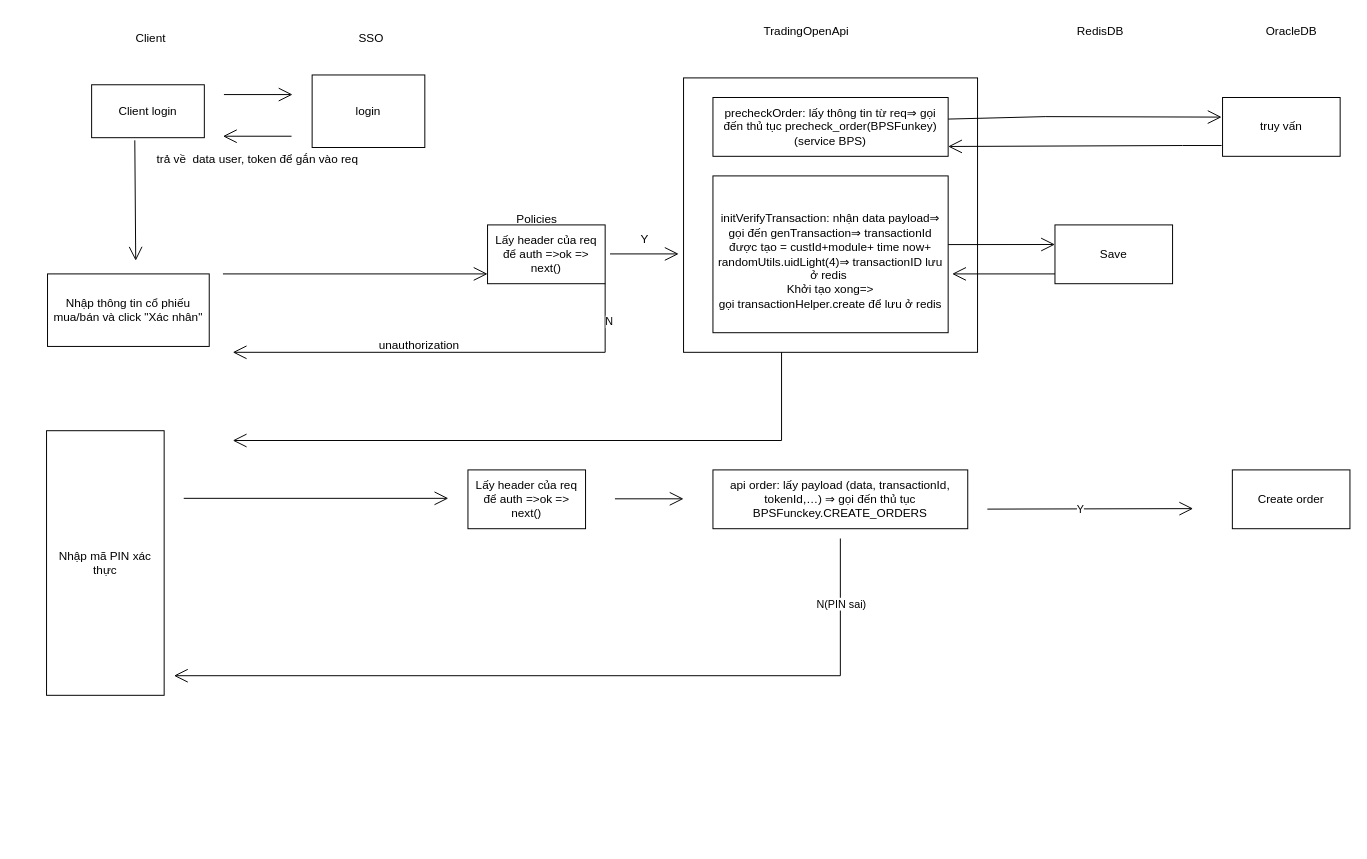
TaiDang268/DB keeps this draw.io diagram as Biểu đồ không có tiêu đề.drawio. Above is the earlier version. Source tidied: cells renumbered, new cells numbered last; positions are measured from the earlier drawing's top-left corner, leaving out a move shared by most shapes. Both pictures are drawn from the tidied source at 98%, with x=0, y=0 at pixel (46, 17).
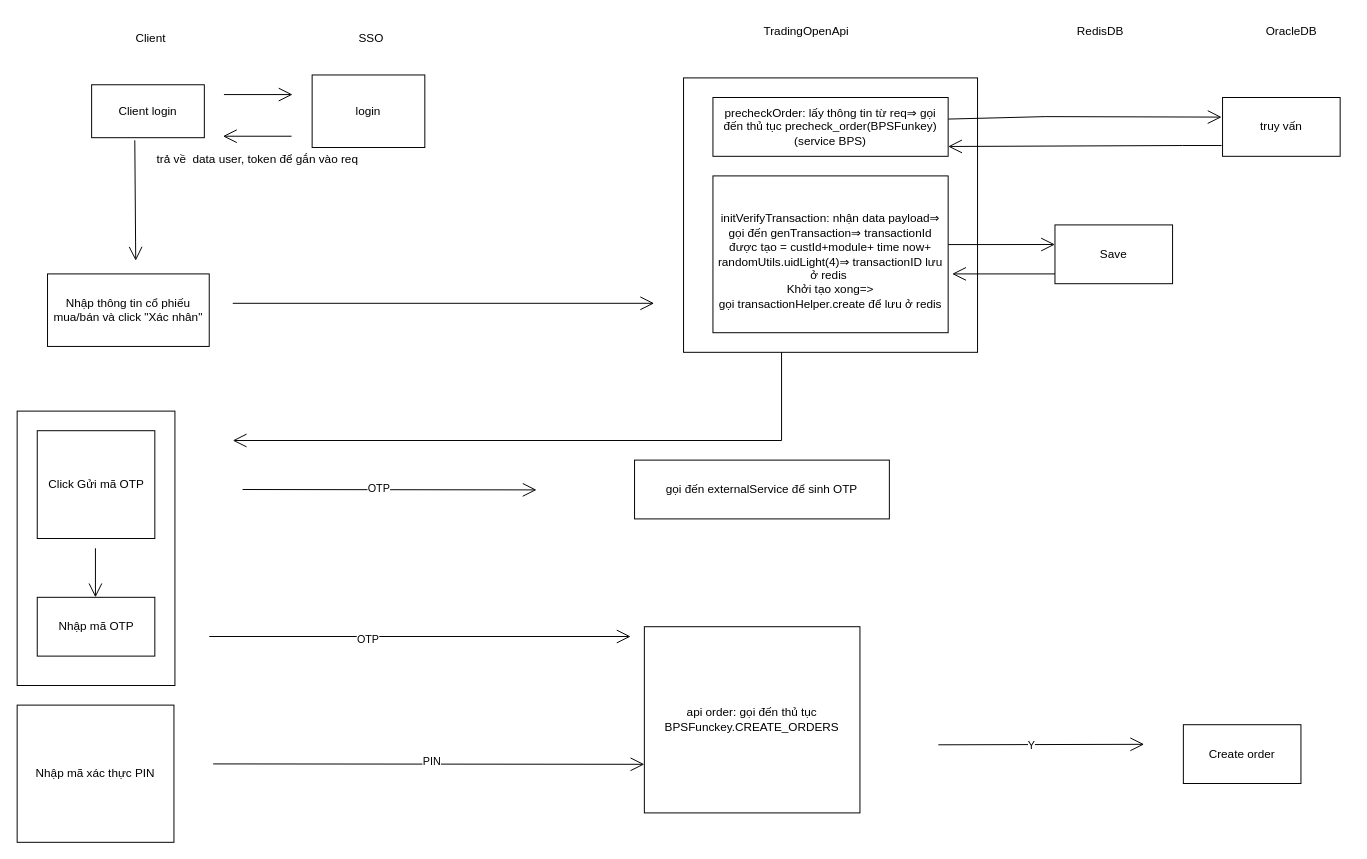
The same diagram, later.

Commit message:
Cập nhật Biểu đồ không có tiêu đề.drawio

What changed in the source:
```diff
@@
-    <mxCell id="21" style="endArrow=open;endFill=1;endSize=12;html=1;rounded=0;" parent="1" edge="1">
-      <mxGeometry relative="1" as="geometry">
-        <mxPoint x="180" y="262" as="sourcePoint" />
-        <mxPoint x="450" y="262" as="targetPoint" />
-        <Array as="points">
-          <mxPoint x="450" y="262" />
-        </Array>
-      </mxGeometry>
-    </mxCell>
-    <mxCell id="22" value="Lấy header của req để auth =&amp;gt;ok =&amp;gt; next()" style="rounded=0;whiteSpace=wrap;html=1;" parent="1" vertex="1">
-      <mxGeometry x="450" y="212" width="120" height="60" as="geometry" />
-    </mxCell>
-    <mxCell id="23" style="endArrow=open;endFill=1;endSize=12;html=1;rounded=0;exitX=1;exitY=0.5;exitDx=0;exitDy=0;" parent="1" edge="1">
-      <mxGeometry relative="1" as="geometry">
-        <mxPoint x="575" y="241.6" as="sourcePoint" />
-        <mxPoint x="645" y="241.6" as="targetPoint" />
-        <Array as="points">
-          <mxPoint x="645" y="241.6" />
-        </Array>
-      </mxGeometry>
-    </mxCell>
-    <mxCell id="24" value="Y" style="text;html=1;align=center;verticalAlign=middle;strokeColor=none;fillColor=none;" parent="1" vertex="1">
-      <mxGeometry x="595" y="212" width="30" height="30" as="geometry" />
-    </mxCell>
-    <mxCell id="25" value="Policies" style="text;html=1;align=center;verticalAlign=middle;strokeColor=none;fillColor=none;" parent="1" vertex="1">
-      <mxGeometry x="470" y="192" width="60" height="30" as="geometry" />
-    </mxCell>
-    <mxCell id="26" style="endArrow=open;endFill=1;endSize=12;html=1;rounded=0;" parent="1" edge="1">
-      <mxGeometry relative="1" as="geometry">
-        <mxPoint x="570" y="272" as="sourcePoint" />
-        <mxPoint x="190" y="342" as="targetPoint" />
-        <Array as="points">
-          <mxPoint x="570" y="342" />
-        </Array>
-      </mxGeometry>
-    </mxCell>
-    <mxCell id="27" value="N" style="edgeLabel;html=1;align=center;verticalAlign=middle;" parent="26" vertex="1">
-      <mxGeometry x="-0.83" y="3" relative="1" as="geometry" />
-    </mxCell>
-    <mxCell id="28" value="unauthorization" style="text;html=1;align=center;verticalAlign=middle;strokeColor=none;fillColor=none;" parent="1" vertex="1">
-      <mxGeometry x="325" y="320" width="110" height="30" as="geometry" />
-    </mxCell>
@@
-    <mxCell id="30" value="Nhập mã PIN xác thực" style="rounded=0;whiteSpace=wrap;html=1;" parent="1" vertex="1">
-      <mxGeometry y="422" width="120" height="270" as="geometry" />
-    </mxCell>
@@
-    <mxCell id="33" style="endArrow=open;endFill=1;endSize=12;html=1;rounded=0;" parent="1" edge="1">
-      <mxGeometry relative="1" as="geometry">
-        <mxPoint x="140" y="491" as="sourcePoint" />
-        <mxPoint x="410" y="491" as="targetPoint" />
-        <Array as="points">
-          <mxPoint x="410" y="491" />
-        </Array>
-      </mxGeometry>
-    </mxCell>
-    <mxCell id="34" value="Lấy header của req để auth =&amp;gt;ok =&amp;gt; next()" style="rounded=0;whiteSpace=wrap;html=1;" parent="1" vertex="1">
-      <mxGeometry x="430" y="462" width="120" height="60" as="geometry" />
-    </mxCell>
-    <mxCell id="35" style="endArrow=open;endFill=1;endSize=12;html=1;rounded=0;exitX=1;exitY=0.5;exitDx=0;exitDy=0;" parent="1" edge="1">
-      <mxGeometry relative="1" as="geometry">
-        <mxPoint x="580" y="491.5" as="sourcePoint" />
-        <mxPoint x="650" y="491.5" as="targetPoint" />
-        <Array as="points">
-          <mxPoint x="650" y="491.5" />
-        </Array>
-      </mxGeometry>
-    </mxCell>
-    <mxCell id="36" value="api order: lấy payload (data, transactionId, tokenId,…) ⇒ gọi đến thủ tục BPSFunckey.CREATE_ORDERS" style="rounded=0;whiteSpace=wrap;html=1;" parent="1" vertex="1">
-      <mxGeometry x="680" y="462" width="260" height="60" as="geometry" />
+    <mxCell id="36" value="api order: gọi đến thủ tục BPSFunckey.CREATE_ORDERS" style="rounded=0;whiteSpace=wrap;html=1;" parent="1" vertex="1">
+      <mxGeometry x="610" y="622" width="220" height="190" as="geometry" />
     </mxCell>
     <mxCell id="37" value="Create order" style="rounded=0;whiteSpace=wrap;html=1;" parent="1" vertex="1">
-      <mxGeometry x="1210" y="462" width="120" height="60" as="geometry" />
+      <mxGeometry x="1160" y="722" width="120" height="60" as="geometry" />
     </mxCell>
     <mxCell id="38" style="endArrow=open;endFill=1;endSize=12;html=1;rounded=0;" parent="1" edge="1">
       <mxGeometry relative="1" as="geometry">
-        <mxPoint x="960" y="502" as="sourcePoint" />
-        <mxPoint x="1170" y="501.5" as="targetPoint" />
+        <mxPoint x="910" y="742.5" as="sourcePoint" />
+        <mxPoint x="1120" y="742" as="targetPoint" />
         <Array as="points">
-          <mxPoint x="1170" y="501.5" />
+          <mxPoint x="1120" y="742" />
         </Array>
       </mxGeometry>
     </mxCell>
@@
-    <mxCell id="40" style="endArrow=open;endFill=1;endSize=12;html=1;rounded=0;" parent="1" edge="1">
-      <mxGeometry relative="1" as="geometry">
-        <mxPoint x="810" y="532" as="sourcePoint" />
-        <mxPoint x="130" y="672" as="targetPoint" />
-        <Array as="points">
-          <mxPoint x="810" y="672" />
-        </Array>
-      </mxGeometry>
-    </mxCell>
-    <mxCell id="41" value="N(PIN sai)" style="edgeLabel;html=1;align=center;verticalAlign=middle;" parent="40" vertex="1">
-      <mxGeometry x="-0.84" relative="1" as="geometry" />
-    </mxCell>
+    <mxCell id="42" style="endArrow=open;endFill=1;endSize=12;html=1;rounded=0;" parent="1" edge="1">
+      <mxGeometry relative="1" as="geometry">
+        <mxPoint x="190" y="292" as="sourcePoint" />
+        <mxPoint x="620" y="292" as="targetPoint" />
+        <Array as="points">
+          <mxPoint x="620" y="292" />
+        </Array>
+      </mxGeometry>
+    </mxCell>
+    <mxCell id="43" style="endArrow=open;endFill=1;endSize=12;html=1;rounded=0;" parent="1" edge="1">
+      <mxGeometry relative="1" as="geometry">
+        <mxPoint x="170" y="762" as="sourcePoint" />
+        <mxPoint x="610" y="762.4" as="targetPoint" />
+        <Array as="points">
+          <mxPoint x="610" y="762.4" />
+        </Array>
+      </mxGeometry>
+    </mxCell>
+    <mxCell id="44" value="PIN" style="edgeLabel;html=1;align=center;verticalAlign=middle;" parent="43" vertex="1">
+      <mxGeometry x="0.01" y="3" relative="1" as="geometry" />
+    </mxCell>
+    <mxCell id="45" style="endArrow=open;endFill=1;endSize=12;html=1;rounded=0;" parent="1" edge="1">
+      <mxGeometry relative="1" as="geometry">
+        <mxPoint x="200" y="482" as="sourcePoint" />
+        <mxPoint x="500" y="482.4" as="targetPoint" />
+        <Array as="points">
+          <mxPoint x="500" y="482.4" />
+        </Array>
+      </mxGeometry>
+    </mxCell>
+    <mxCell id="46" value="OTP" style="edgeLabel;html=1;align=center;verticalAlign=middle;" parent="45" vertex="1">
+      <mxGeometry x="-0.08" y="2" relative="1" as="geometry" />
+    </mxCell>
+    <mxCell id="47" value="gọi đến externalService để sinh OTP" style="rounded=0;whiteSpace=wrap;html=1;" parent="1" vertex="1">
+      <mxGeometry x="600" y="452" width="260" height="60" as="geometry" />
+    </mxCell>
+    <mxCell id="48" style="rounded=0;whiteSpace=wrap;html=1;" parent="1" vertex="1">
+      <mxGeometry x="-30" y="402" width="161" height="280" as="geometry" />
+    </mxCell>
+    <mxCell id="49" value="Click Gửi mã OTP" style="rounded=0;whiteSpace=wrap;html=1;" parent="1" vertex="1">
+      <mxGeometry x="-9.5" y="422" width="120" height="110" as="geometry" />
+    </mxCell>
+    <mxCell id="50" value="Nhập mã OTP" style="rounded=0;whiteSpace=wrap;html=1;" parent="1" vertex="1">
+      <mxGeometry x="-9.5" y="592" width="120" height="60" as="geometry" />
+    </mxCell>
+    <mxCell id="51" value="Nhập mã xác thực PIN" style="rounded=0;whiteSpace=wrap;html=1;" parent="1" vertex="1">
+      <mxGeometry x="-30" y="702" width="160" height="140" as="geometry" />
+    </mxCell>
+    <mxCell id="52" style="endArrow=open;endFill=1;endSize=12;html=1;rounded=0;" parent="1" edge="1">
+      <mxGeometry relative="1" as="geometry">
+        <mxPoint x="49.9" y="542" as="sourcePoint" />
+        <mxPoint x="49.9" y="592" as="targetPoint" />
+        <Array as="points">
+          <mxPoint x="49.9" y="592" />
+        </Array>
+      </mxGeometry>
+    </mxCell>
+    <mxCell id="53" style="endArrow=open;endFill=1;endSize=12;html=1;rounded=0;" parent="1" edge="1">
+      <mxGeometry relative="1" as="geometry">
+        <mxPoint x="166" y="632" as="sourcePoint" />
+        <mxPoint x="596" y="632" as="targetPoint" />
+        <Array as="points">
+          <mxPoint x="596" y="632" />
+        </Array>
+      </mxGeometry>
+    </mxCell>
+    <mxCell id="54" value="OTP" style="edgeLabel;html=1;align=center;verticalAlign=middle;" parent="53" vertex="1">
+      <mxGeometry x="-0.25" y="-1" relative="1" as="geometry">
+        <mxPoint y="1" as="offset" />
+      </mxGeometry>
+    </mxCell>
```
